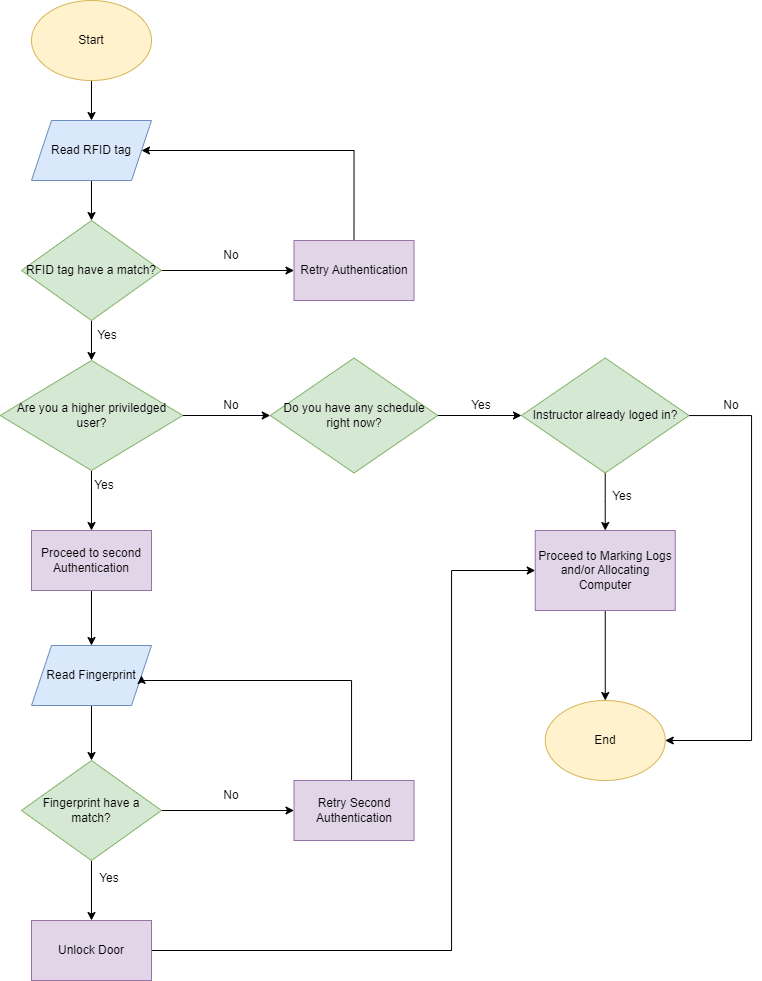
Before: Device Operation Flowchart.drawio.png, a diagram exported from draw.io (kaisunoo/Acads). Source tidied: cells renumbered, new cells last; positions are measured from the earlier drawing's top-left corner, leaving out a move shared by most shapes.
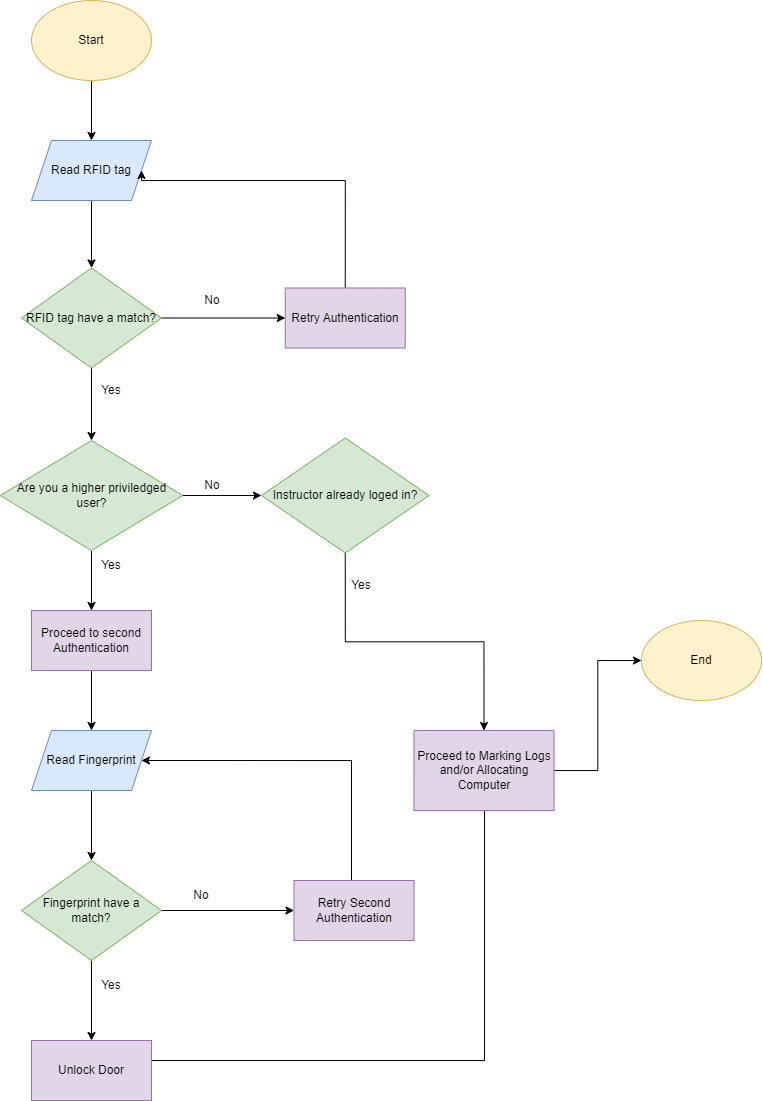
Above is the later version.

Change to the diagram source:
```diff
@@ -6,71 +6,66 @@
       <mxGeometry relative="1" as="geometry" />
     </mxCell>
     <mxCell id="3" value="Start" style="ellipse;whiteSpace=wrap;html=1;fillColor=#fff2cc;strokeColor=#d6b656;" parent="1" vertex="1">
-      <mxGeometry x="31" width="120" height="80" as="geometry" />
+      <mxGeometry x="31" y="-40" width="120" height="80" as="geometry" />
     </mxCell>
     <mxCell id="4" style="edgeStyle=orthogonalEdgeStyle;rounded=0;jettySize=auto;html=1;exitX=0.5;exitY=1;exitDx=0;exitDy=0;entryX=0.5;entryY=0;entryDx=0;entryDy=0;" parent="1" edge="1" source="5" target="14">
       <mxGeometry relative="1" as="geometry" />
     </mxCell>
     <mxCell id="5" value="Read RFID tag" style="shape=parallelogram;perimeter=parallelogramPerimeter;whiteSpace=wrap;html=1;fixedSize=1;fillColor=#dae8fc;strokeColor=#6c8ebf;" parent="1" vertex="1">
-      <mxGeometry x="31" y="120" width="120" height="60" as="geometry" />
+      <mxGeometry x="31" y="100" width="120" height="60" as="geometry" />
     </mxCell>
     <mxCell id="6" style="edgeStyle=orthogonalEdgeStyle;rounded=0;jettySize=auto;html=1;exitX=0.5;exitY=1;exitDx=0;exitDy=0;" parent="1" edge="1" source="8" target="10">
       <mxGeometry relative="1" as="geometry" />
     </mxCell>
-    <mxCell id="7" style="edgeStyle=orthogonalEdgeStyle;rounded=0;jettySize=auto;html=1;entryX=0;entryY=0.5;entryDx=0;entryDy=0;" parent="1" edge="1" source="8" target="21">
+    <mxCell id="7" style="edgeStyle=orthogonalEdgeStyle;rounded=0;jettySize=auto;html=1;entryX=0;entryY=0.5;entryDx=0;entryDy=0;" parent="1" edge="1" source="8" target="38">
       <mxGeometry relative="1" as="geometry" />
     </mxCell>
     <mxCell id="8" value="Are you a higher priviledged user?" style="rhombus;whiteSpace=wrap;html=1;fillColor=#d5e8d4;strokeColor=#82b366;" parent="1" vertex="1">
-      <mxGeometry x="-0.2" y="360" width="182.5" height="110" as="geometry" />
+      <mxGeometry x="-0.2" y="400" width="182.5" height="110" as="geometry" />
     </mxCell>
     <mxCell id="9" style="edgeStyle=orthogonalEdgeStyle;rounded=0;jettySize=auto;html=1;exitX=0.5;exitY=1;exitDx=0;exitDy=0;entryX=0.5;entryY=0;entryDx=0;entryDy=0;" parent="1" edge="1" source="10" target="23">
       <mxGeometry relative="1" as="geometry" />
     </mxCell>
     <mxCell id="10" value="Proceed to second Authentication" style="rounded=0;whiteSpace=wrap;html=1;fillColor=#e1d5e7;strokeColor=#9673a6;" parent="1" vertex="1">
-      <mxGeometry x="31" y="530" width="120" height="60" as="geometry" />
+      <mxGeometry x="31" y="570" width="120" height="60" as="geometry" />
     </mxCell>
     <mxCell id="11" value="Yes" style="text;strokeColor=none;align=center;fillColor=none;html=1;verticalAlign=middle;whiteSpace=wrap;rounded=0;" parent="1" vertex="1">
-      <mxGeometry x="74" y="470" width="60" height="30" as="geometry" />
+      <mxGeometry x="81" y="510" width="60" height="30" as="geometry" />
     </mxCell>
     <mxCell id="12" style="edgeStyle=orthogonalEdgeStyle;rounded=0;jettySize=auto;html=1;entryX=0.5;entryY=0;entryDx=0;entryDy=0;" parent="1" edge="1" source="14" target="8">
       <mxGeometry relative="1" as="geometry" />
     </mxCell>
-    <mxCell id="13" style="edgeStyle=orthogonalEdgeStyle;rounded=0;jettySize=auto;html=1;" parent="1" edge="1" source="14" target="17">
+    <mxCell id="13" style="edgeStyle=orthogonalEdgeStyle;rounded=0;jettySize=auto;html=1;entryX=0;entryY=0.5;entryDx=0;entryDy=0;" parent="1" edge="1" source="14" target="17">
       <mxGeometry relative="1" as="geometry" />
     </mxCell>
     <mxCell id="14" value="RFID tag have a match?" style="rhombus;whiteSpace=wrap;html=1;fillColor=#d5e8d4;strokeColor=#82b366;" parent="1" vertex="1">
-      <mxGeometry x="21" y="220" width="140" height="100" as="geometry" />
+      <mxGeometry x="21" y="227.5" width="140" height="100" as="geometry" />
     </mxCell>
     <mxCell id="15" value="Yes" style="text;strokeColor=none;align=center;fillColor=none;html=1;verticalAlign=middle;whiteSpace=wrap;rounded=0;" parent="1" vertex="1">
-      <mxGeometry x="77" y="320" width="60" height="30" as="geometry" />
+      <mxGeometry x="81" y="335" width="60" height="30" as="geometry" />
     </mxCell>
-    <mxCell id="16" style="edgeStyle=orthogonalEdgeStyle;rounded=0;jettySize=auto;html=1;entryX=1;entryY=0.5;entryDx=0;entryDy=0;exitX=0.5;exitY=0;exitDx=0;exitDy=0;" parent="1" edge="1" source="17" target="5">
+    <mxCell id="16" style="edgeStyle=orthogonalEdgeStyle;rounded=0;jettySize=auto;html=1;exitX=0.5;exitY=0;exitDx=0;exitDy=0;entryX=1;entryY=0.5;entryDx=0;entryDy=0;" parent="1" edge="1" source="17" target="5">
       <mxGeometry relative="1" as="geometry">
         <Array as="points">
-          <mxPoint x="354" y="150" />
+          <mxPoint x="345" y="140" />
+          <mxPoint x="141" y="140" />
         </Array>
       </mxGeometry>
     </mxCell>
     <mxCell id="17" value="Retry Authentication" style="whiteSpace=wrap;html=1;fillColor=#e1d5e7;strokeColor=#9673a6;" parent="1" vertex="1">
-      <mxGeometry x="293.5" y="240" width="120" height="60" as="geometry" />
+      <mxGeometry x="284.8" y="247.5" width="120" height="60" as="geometry" />
     </mxCell>
     <mxCell id="18" value="No" style="text;strokeColor=none;align=center;fillColor=none;html=1;verticalAlign=middle;whiteSpace=wrap;rounded=0;" parent="1" vertex="1">
-      <mxGeometry x="201" y="240" width="60" height="30" as="geometry" />
+      <mxGeometry x="182.2" y="245" width="60" height="30" as="geometry" />
     </mxCell>
     <mxCell id="19" value="No" style="text;strokeColor=none;align=center;fillColor=none;html=1;verticalAlign=middle;whiteSpace=wrap;rounded=0;" parent="1" vertex="1">
-      <mxGeometry x="201" y="390" width="60" height="30" as="geometry" />
+      <mxGeometry x="182.2" y="430" width="60" height="30" as="geometry" />
     </mxCell>
-    <mxCell id="20" style="edgeStyle=orthogonalEdgeStyle;rounded=0;jettySize=auto;html=1;entryX=0;entryY=0.5;entryDx=0;entryDy=0;" parent="1" edge="1" source="21" target="38">
-      <mxGeometry relative="1" as="geometry" />
-    </mxCell>
-    <mxCell id="21" value="Do you have any schedule right now?" style="rhombus;whiteSpace=wrap;html=1;fillColor=#d5e8d4;strokeColor=#82b366;" parent="1" vertex="1">
-      <mxGeometry x="269.8" y="357.5" width="167.5" height="115" as="geometry" />
-    </mxCell>
     <mxCell id="22" style="edgeStyle=orthogonalEdgeStyle;rounded=0;jettySize=auto;html=1;entryX=0.5;entryY=0;entryDx=0;entryDy=0;" parent="1" edge="1" source="23" target="26">
       <mxGeometry relative="1" as="geometry" />
     </mxCell>
     <mxCell id="23" value="Read Fingerprint" style="shape=parallelogram;perimeter=parallelogramPerimeter;whiteSpace=wrap;html=1;fixedSize=1;fillColor=#dae8fc;strokeColor=#6c8ebf;" parent="1" vertex="1">
-      <mxGeometry x="31" y="645" width="120" height="60" as="geometry" />
+      <mxGeometry x="31" y="690" width="120" height="60" as="geometry" />
     </mxCell>
     <mxCell id="24" style="edgeStyle=orthogonalEdgeStyle;rounded=0;jettySize=auto;html=1;" parent="1" edge="1" source="26" target="28">
       <mxGeometry relative="1" as="geometry" />
@@ -79,67 +74,52 @@
       <mxGeometry relative="1" as="geometry" />
     </mxCell>
     <mxCell id="26" value="Fingerprint have a match?" style="rhombus;whiteSpace=wrap;html=1;fillColor=#d5e8d4;strokeColor=#82b366;" parent="1" vertex="1">
-      <mxGeometry x="21" y="760" width="140" height="100" as="geometry" />
+      <mxGeometry x="21" y="820" width="140" height="100" as="geometry" />
     </mxCell>
-    <mxCell id="27" style="edgeStyle=orthogonalEdgeStyle;rounded=0;jettySize=auto;html=1;entryX=0;entryY=0.5;entryDx=0;entryDy=0;" parent="1" edge="1" source="28" target="35">
+    <mxCell id="27" style="edgeStyle=orthogonalEdgeStyle;rounded=0;jettySize=auto;html=1;entryX=0.5;entryY=1;entryDx=0;entryDy=0;jumpStyle=arc;" parent="1" edge="1" source="28" target="35">
       <mxGeometry relative="1" as="geometry">
         <Array as="points">
-          <mxPoint x="451" y="950" />
-          <mxPoint x="451" y="570" />
+          <mxPoint x="484" y="1020" />
+          <mxPoint x="484" y="760" />
         </Array>
       </mxGeometry>
     </mxCell>
     <mxCell id="28" value="Unlock Door" style="rounded=0;whiteSpace=wrap;html=1;fillColor=#e1d5e7;strokeColor=#9673a6;" parent="1" vertex="1">
-      <mxGeometry x="31" y="920" width="120" height="60" as="geometry" />
+      <mxGeometry x="31" y="1000" width="120" height="60" as="geometry" />
     </mxCell>
     <mxCell id="29" value="End" style="ellipse;whiteSpace=wrap;html=1;fillColor=#fff2cc;strokeColor=#d6b656;" parent="1" vertex="1">
-      <mxGeometry x="544.8" y="700" width="120" height="80" as="geometry" />
+      <mxGeometry x="641" y="580" width="120" height="80" as="geometry" />
     </mxCell>
     <mxCell id="30" value="Yes" style="text;strokeColor=none;align=center;fillColor=none;html=1;verticalAlign=middle;whiteSpace=wrap;rounded=0;" parent="1" vertex="1">
-      <mxGeometry x="79" y="863" width="60" height="30" as="geometry" />
+      <mxGeometry x="81" y="930" width="60" height="30" as="geometry" />
     </mxCell>
     <mxCell id="31" value="No" style="text;strokeColor=none;align=center;fillColor=none;html=1;verticalAlign=middle;whiteSpace=wrap;rounded=0;" parent="1" vertex="1">
-      <mxGeometry x="201" y="780" width="60" height="30" as="geometry" />
+      <mxGeometry x="171" y="840" width="60" height="30" as="geometry" />
     </mxCell>
     <mxCell id="32" style="edgeStyle=orthogonalEdgeStyle;rounded=0;jettySize=auto;html=1;entryX=1;entryY=0.5;entryDx=0;entryDy=0;" parent="1" edge="1" source="33" target="23">
       <mxGeometry relative="1" as="geometry">
         <Array as="points">
-          <mxPoint x="351" y="680" />
-          <mxPoint x="141" y="680" />
+          <mxPoint x="351" y="720" />
         </Array>
       </mxGeometry>
     </mxCell>
     <mxCell id="33" value="Retry Second Authentication" style="whiteSpace=wrap;html=1;fillColor=#e1d5e7;strokeColor=#9673a6;" parent="1" vertex="1">
-      <mxGeometry x="293.5" y="780" width="120" height="60" as="geometry" />
+      <mxGeometry x="293.5" y="840" width="120" height="60" as="geometry" />
     </mxCell>
-    <mxCell id="34" style="edgeStyle=orthogonalEdgeStyle;rounded=0;jettySize=auto;html=1;entryX=0.5;entryY=0;entryDx=0;entryDy=0;" parent="1" edge="1" source="35" target="29">
+    <mxCell id="34" style="edgeStyle=orthogonalEdgeStyle;rounded=0;jettySize=auto;html=1;entryX=0;entryY=0.5;entryDx=0;entryDy=0;" parent="1" edge="1" source="35" target="29">
       <mxGeometry relative="1" as="geometry" />
     </mxCell>
     <mxCell id="35" value="Proceed to Marking Logs and/or Allocating Computer" style="rounded=0;whiteSpace=wrap;html=1;fillColor=#e1d5e7;strokeColor=#9673a6;" parent="1" vertex="1">
-      <mxGeometry x="534.8" y="530" width="140" height="80" as="geometry" />
+      <mxGeometry x="413.5" y="690" width="140" height="80" as="geometry" />
     </mxCell>
-    <mxCell id="36" style="edgeStyle=orthogonalEdgeStyle;rounded=0;jettySize=auto;html=1;entryX=0.5;entryY=0;entryDx=0;entryDy=0;" parent="1" edge="1" source="38" target="35">
+    <mxCell id="36" style="edgeStyle=orthogonalEdgeStyle;rounded=0;jettySize=auto;html=1;entryX=0.5;entryY=0;entryDx=0;entryDy=0;exitX=0.5;exitY=1;exitDx=0;exitDy=0;" parent="1" edge="1" source="38" target="35">
       <mxGeometry relative="1" as="geometry" />
     </mxCell>
-    <mxCell id="37" style="edgeStyle=orthogonalEdgeStyle;rounded=0;jettySize=auto;html=1;entryX=1;entryY=0.5;entryDx=0;entryDy=0;" parent="1" edge="1" source="38" target="29">
-      <mxGeometry relative="1" as="geometry">
-        <Array as="points">
-          <mxPoint x="751" y="415" />
-          <mxPoint x="751" y="740" />
-        </Array>
-      </mxGeometry>
-    </mxCell>
     <mxCell id="38" value="Instructor already loged in?" style="rhombus;whiteSpace=wrap;html=1;fillColor=#d5e8d4;strokeColor=#82b366;" parent="1" vertex="1">
-      <mxGeometry x="521" y="357.5" width="167.5" height="115" as="geometry" />
+      <mxGeometry x="261" y="397.5" width="167.5" height="115" as="geometry" />
     </mxCell>
-    <mxCell id="39" value="Yes" style="text;strokeColor=none;align=center;fillColor=none;html=1;verticalAlign=middle;whiteSpace=wrap;rounded=0;" parent="1" vertex="1">
-      <mxGeometry x="451" y="390" width="60" height="30" as="geometry" />
-    </mxCell>
-    <mxCell id="40" value="No" style="text;strokeColor=none;align=center;fillColor=none;html=1;verticalAlign=middle;whiteSpace=wrap;rounded=0;" parent="1" vertex="1">
-      <mxGeometry x="701" y="390" width="60" height="30" as="geometry" />
-    </mxCell>
     <mxCell id="41" value="Yes" style="text;strokeColor=none;align=center;fillColor=none;html=1;verticalAlign=middle;whiteSpace=wrap;rounded=0;" parent="1" vertex="1">
-      <mxGeometry x="592" y="481" width="60" height="30" as="geometry" />
+      <mxGeometry x="331" y="530" width="60" height="30" as="geometry" />
     </mxCell>
   </root>
 </mxGraphModel>
```
